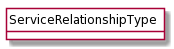
The PlantUML diagram apis/TMF641_Service_Ordering/documentation/diagrams/Resource_ServiceRelationshipType.png in tmforum-apis/Open_Api_And_Data_Model, before a commit. The source it was exported from:
```plantuml
@startuml
hide circle
hide methods
hide stereotype
show <<Enumeration>> stereotype
skinparam class {
   BackgroundColor<<Enumeration>> #E6F5F7
   BackgroundColor<<Ref>> #FFFFE0
   BackgroundColor<<Pivot>> #FFFFFFF
   BackgroundColor #FCF2E3
}

class ServiceRelationshipType  <<Pivot>> {

}


@enduml
```
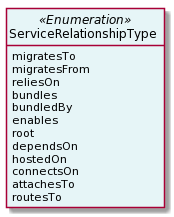
Later version of the same file.

Change to the diagram source:
```diff
@@ -14,5 +14,20 @@
 
 }
 
+class ServiceRelationshipType <<Enumeration>> {
+    migratesTo
+    migratesFrom
+    reliesOn
+    bundles
+    bundledBy
+    enables
+    root
+    dependsOn
+    hostedOn
+    connectsOn
+    attachesTo
+    routesTo
+}
+
 
 @enduml
```
